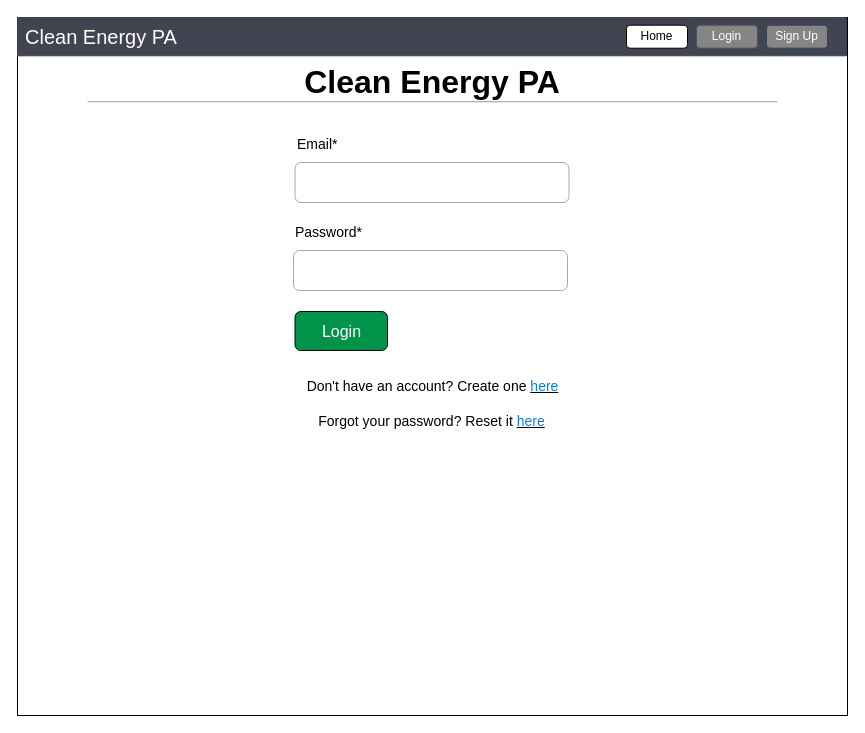
The draw.io diagram page "Login" (6 of 8) of documentation/diagrams/Wireframes.drawio in PSUCapstone2023-Group1/Clean-Energy-PA, before the edit. Source tidied: cells renumbered, new cells numbered last; positions are measured from the earlier drawing's top-left corner, leaving out a move shared by most shapes. Both pictures are drawn from the tidied source at 100%, with x=0, y=0 at pixel (17, 17).
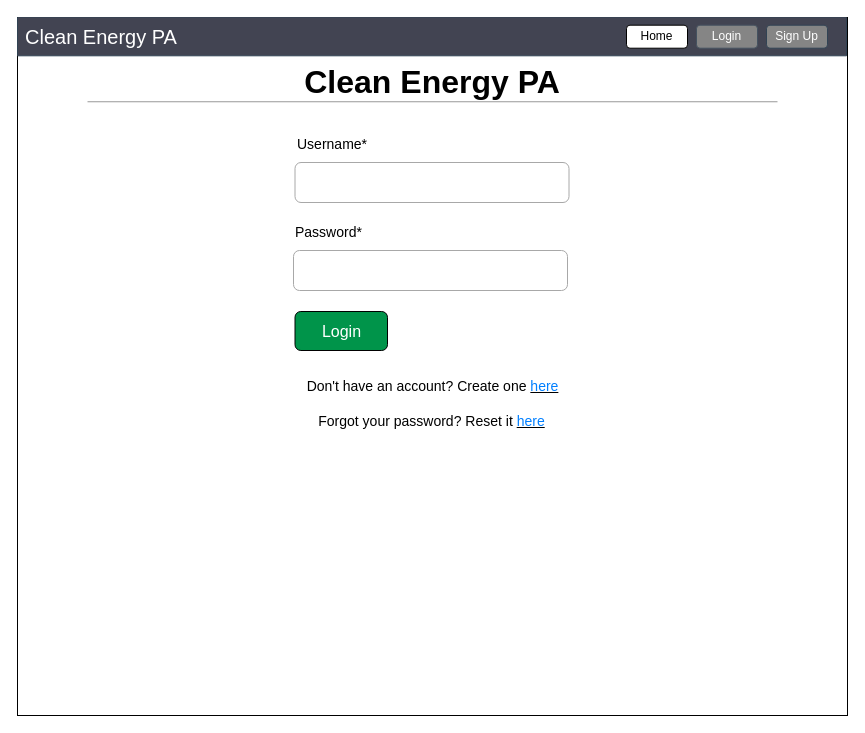
After the change.

Commit message (it also covers changes not shown here):
Added username back to wireframe

The change refers to these unchanged cells:
```xml
<mxCell id="11" style="group;" parent="3" vertex="1">
  <mxGeometry x="277.5" y="112" width="274" height="73" as="geometry" />
</mxCell>
```

The edit, as a diff of the source:
```diff
@@
-    <mxCell id="13" value="&lt;span style=&quot;font-size: 14px; font-weight: 400;&quot;&gt;Email*&lt;/span&gt;" style="text;strokeColor=none;align=left;fillColor=none;html=1;verticalAlign=middle;whiteSpace=wrap;rounded=0;fontStyle=1;" parent="11" vertex="1">
+    <mxCell id="13" value="&lt;span style=&quot;font-size: 14px; font-weight: 400;&quot;&gt;Username*&lt;/span&gt;" style="text;strokeColor=none;align=left;fillColor=none;html=1;verticalAlign=middle;whiteSpace=wrap;rounded=0;fontStyle=1;" parent="11" vertex="1">
       <mxGeometry width="132" height="30" as="geometry" />
     </mxCell>
```
